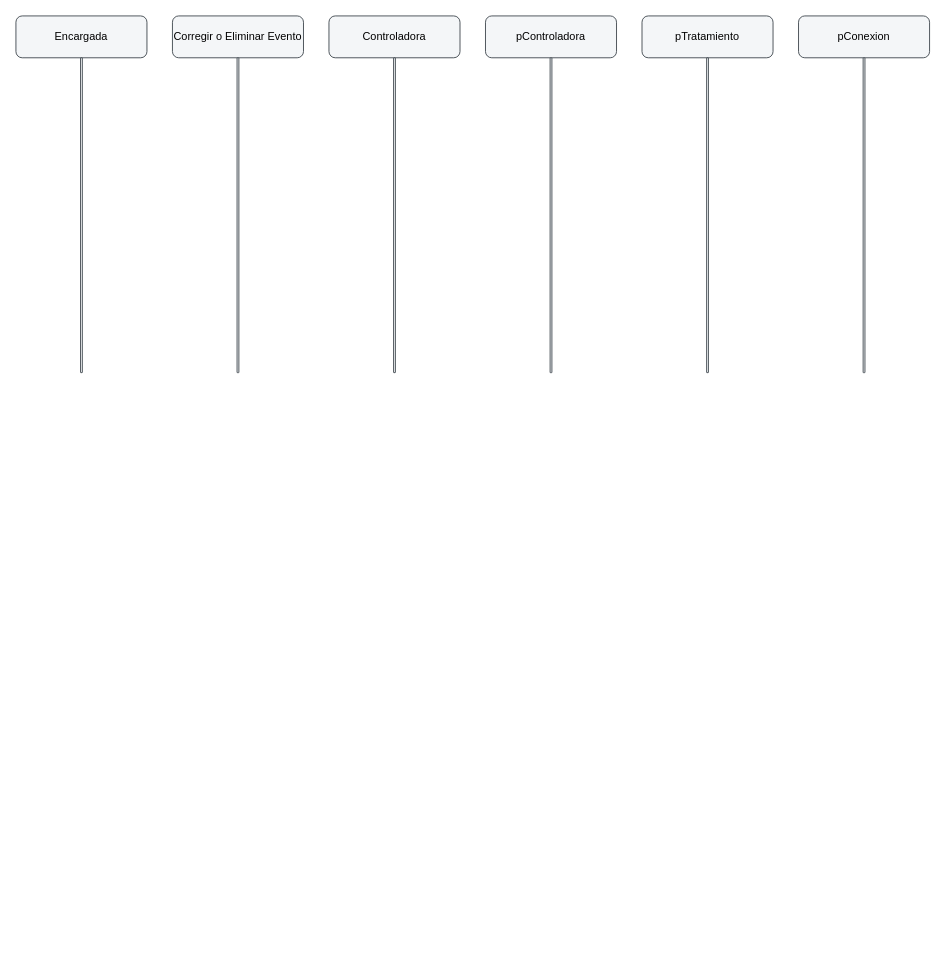
The draw.io diagram docs/diagramas/secuencia/secuencia-cu34.drawio in santinodelmonte/Tesis, before the edit. Source tidied: cells renumbered, new cells numbered last; positions are measured from the earlier drawing's top-left corner, leaving out a move shared by most shapes. Both pictures are drawn from the tidied source at 91%, with x=0, y=0 at pixel (15, 15).
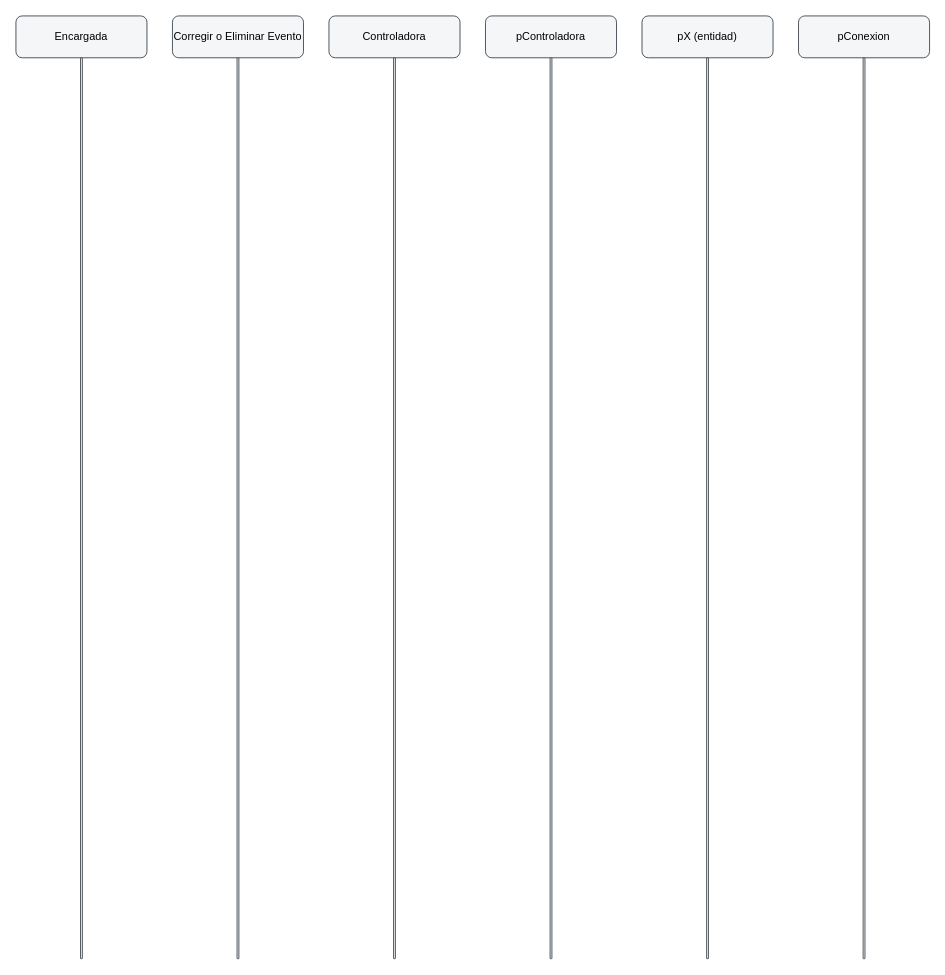
After the change.

Change to the diagram source:
```diff
@@
 <mxGraphModel>
   <root>
     <mxCell id="0" />
     <mxCell id="1" parent="0" />
     <mxCell id="2" value="Encargada" style="rounded=1;whiteSpace=wrap;html=1;fillColor=#f4f6f8;strokeColor=#40484f;" parent="1" vertex="1">
       <mxGeometry width="144" height="46" as="geometry" />
     </mxCell>
     <mxCell id="3" style="rounded=1;whiteSpace=wrap;html=1;fillColor=#f4f6f8;strokeColor=#40484f;" parent="1" vertex="1">
-      <mxGeometry x="71" y="46" width="2" height="346" as="geometry" />
+      <mxGeometry x="71" y="46" width="2" height="990" as="geometry" />
     </mxCell>
     <mxCell id="4" value="Corregir o Eliminar Evento" style="rounded=1;whiteSpace=wrap;html=1;fillColor=#f4f6f8;strokeColor=#40484f;" parent="1" vertex="1">
       <mxGeometry x="172" width="144" height="46" as="geometry" />
     </mxCell>
     <mxCell id="5" style="rounded=1;whiteSpace=wrap;html=1;fillColor=#f4f6f8;strokeColor=#40484f;" parent="1" vertex="1">
-      <mxGeometry x="243" y="46" width="2" height="346" as="geometry" />
+      <mxGeometry x="243" y="46" width="2" height="990" as="geometry" />
     </mxCell>
     <mxCell id="6" value="Controladora" style="rounded=1;whiteSpace=wrap;html=1;fillColor=#f4f6f8;strokeColor=#40484f;" parent="1" vertex="1">
       <mxGeometry x="344" width="144" height="46" as="geometry" />
     </mxCell>
     <mxCell id="7" style="rounded=1;whiteSpace=wrap;html=1;fillColor=#f4f6f8;strokeColor=#40484f;" parent="1" vertex="1">
-      <mxGeometry x="415" y="46" width="2" height="346" as="geometry" />
+      <mxGeometry x="415" y="46" width="2" height="990" as="geometry" />
     </mxCell>
     <mxCell id="8" value="pControladora" style="rounded=1;whiteSpace=wrap;html=1;fillColor=#f4f6f8;strokeColor=#40484f;" parent="1" vertex="1">
       <mxGeometry x="516" width="144" height="46" as="geometry" />
     </mxCell>
     <mxCell id="9" style="rounded=1;whiteSpace=wrap;html=1;fillColor=#f4f6f8;strokeColor=#40484f;" parent="1" vertex="1">
-      <mxGeometry x="587" y="46" width="2" height="346" as="geometry" />
+      <mxGeometry x="587" y="46" width="2" height="990" as="geometry" />
     </mxCell>
-    <mxCell id="10" value="pTratamiento" style="rounded=1;whiteSpace=wrap;html=1;fillColor=#f4f6f8;strokeColor=#40484f;" parent="1" vertex="1">
+    <mxCell id="10" value="pX (entidad)" style="rounded=1;whiteSpace=wrap;html=1;fillColor=#f4f6f8;strokeColor=#40484f;" parent="1" vertex="1">
       <mxGeometry x="688" width="144" height="46" as="geometry" />
     </mxCell>
     <mxCell id="11" style="rounded=1;whiteSpace=wrap;html=1;fillColor=#f4f6f8;strokeColor=#40484f;" parent="1" vertex="1">
-      <mxGeometry x="759" y="46" width="2" height="346" as="geometry" />
+      <mxGeometry x="759" y="46" width="2" height="990" as="geometry" />
     </mxCell>
     <mxCell id="12" value="pConexion" style="rounded=1;whiteSpace=wrap;html=1;fillColor=#f4f6f8;strokeColor=#40484f;" parent="1" vertex="1">
       <mxGeometry x="860" width="144" height="46" as="geometry" />
     </mxCell>
     <mxCell id="13" style="rounded=1;whiteSpace=wrap;html=1;fillColor=#f4f6f8;strokeColor=#40484f;" parent="1" vertex="1">
-      <mxGeometry x="931" y="46" width="2" height="346" as="geometry" />
+      <mxGeometry x="931" y="46" width="2" height="990" as="geometry" />
     </mxCell>
   </root>
 </mxGraphModel>
```
